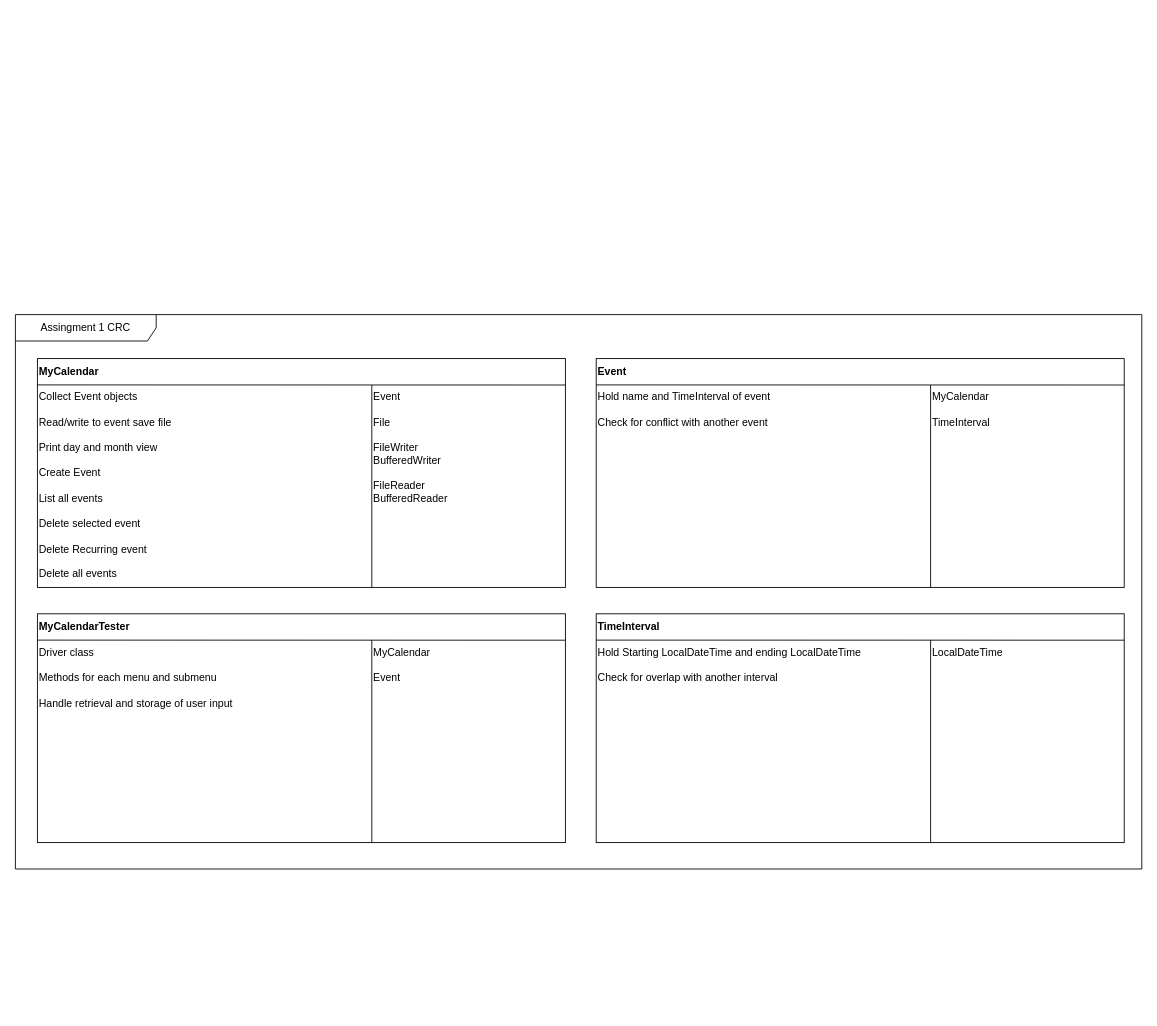
connor-petri/School keeps this draw.io diagram as obj_oriented_dsgn/programs/assignment1/docs/crc.drawio. Above is the earlier version. Source tidied: cells renumbered, new cells numbered last; positions are measured from the earlier drawing's top-left corner, leaving out a move shared by most shapes. Both pictures are drawn from the tidied source at 88%, with x=0, y=0 at pixel (15, 314).
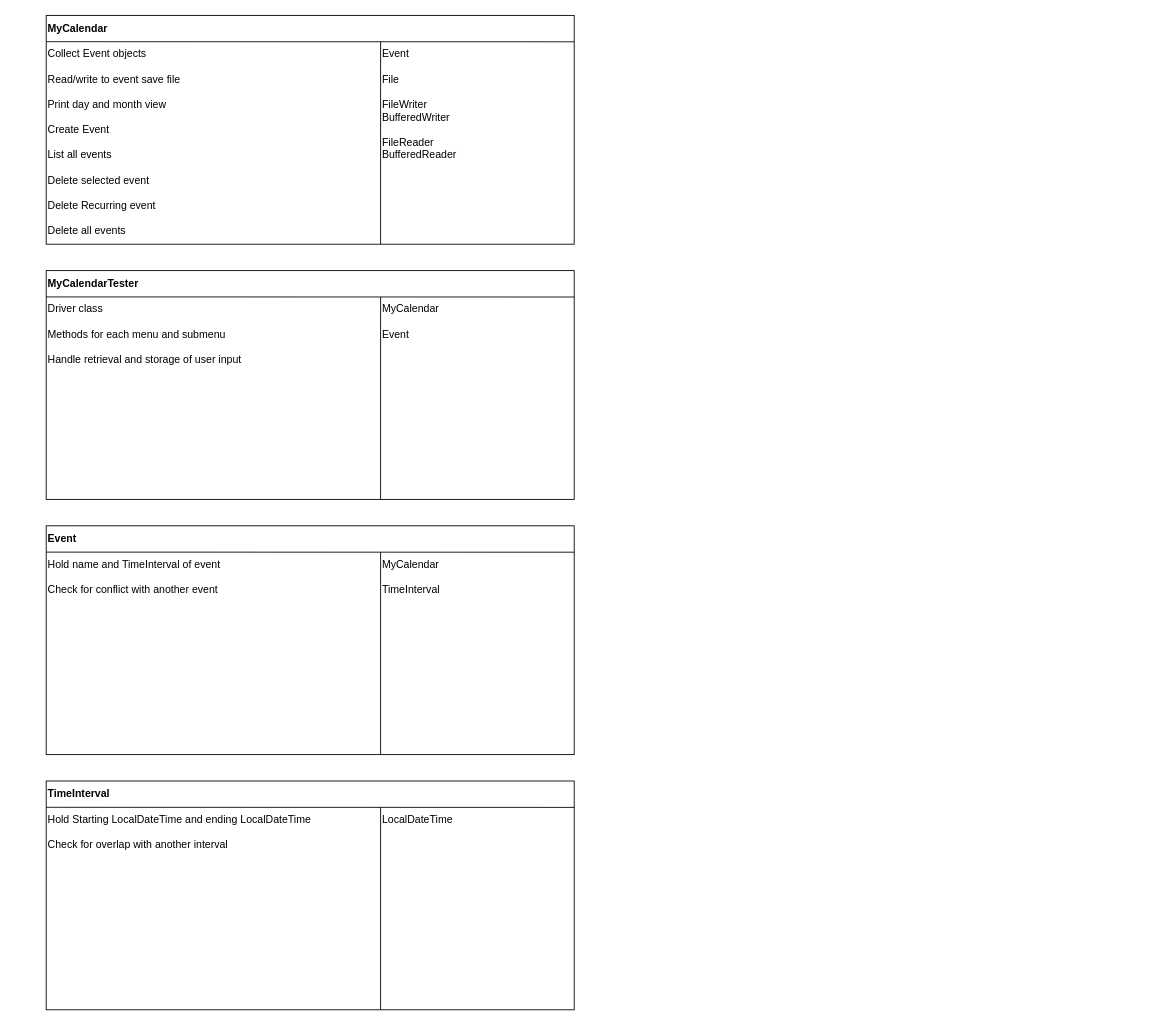
The same page after the edit.

Diff of the diagram source:
```diff
@@
     <mxCell id="2" style="rounded=0;whiteSpace=wrap;html=1;" parent="1" vertex="1">
-      <mxGeometry x="25" y="50" width="600" height="260" as="geometry" />
+      <mxGeometry x="35" y="-340" width="600" height="260" as="geometry" />
     </mxCell>
     <mxCell id="3" value="&lt;b&gt;MyCalendar&lt;/b&gt;" style="text;html=1;whiteSpace=wrap;strokeColor=none;fillColor=none;align=left;verticalAlign=middle;rounded=0;" parent="1" vertex="1">
-      <mxGeometry x="25" y="50" width="295" height="30" as="geometry" />
+      <mxGeometry x="35" y="-340" width="295" height="30" as="geometry" />
     </mxCell>
     <mxCell id="4" value="Collect Event objects&lt;div&gt;&lt;br&gt;&lt;/div&gt;&lt;div&gt;Read/write to event save file&lt;/div&gt;&lt;div&gt;&lt;br&gt;&lt;/div&gt;&lt;div&gt;Print day and month view&lt;/div&gt;&lt;div&gt;&lt;br&gt;&lt;/div&gt;&lt;div&gt;Create Event&lt;/div&gt;&lt;div&gt;&lt;br&gt;&lt;/div&gt;&lt;div&gt;List all events&lt;/div&gt;&lt;div&gt;&lt;br&gt;&lt;/div&gt;&lt;div&gt;Delete selected event&lt;/div&gt;&lt;div&gt;&lt;br&gt;&lt;/div&gt;&lt;div&gt;Delete Recurring event&lt;/div&gt;&lt;div&gt;&lt;br&gt;&lt;/div&gt;&lt;div&gt;Delete all events&lt;/div&gt;" style="text;html=1;whiteSpace=wrap;strokeColor=none;fillColor=none;align=left;verticalAlign=top;rounded=0;" parent="1" vertex="1">
-      <mxGeometry x="25" y="80" width="380" height="230" as="geometry" />
+      <mxGeometry x="35" y="-310" width="380" height="230" as="geometry" />
     </mxCell>
     <mxCell id="5" value="Event&lt;div&gt;&lt;br&gt;&lt;div&gt;File&lt;/div&gt;&lt;div&gt;&lt;br&gt;&lt;/div&gt;&lt;div&gt;FileWriter&lt;/div&gt;&lt;div&gt;BufferedWriter&lt;/div&gt;&lt;div&gt;&lt;br&gt;&lt;/div&gt;&lt;div&gt;FileReader&lt;/div&gt;&lt;div&gt;BufferedReader&lt;/div&gt;&lt;/div&gt;" style="text;html=1;whiteSpace=wrap;strokeColor=none;fillColor=none;align=left;verticalAlign=top;rounded=0;" parent="1" vertex="1">
-      <mxGeometry x="405" y="80" width="220" height="230" as="geometry" />
+      <mxGeometry x="415" y="-310" width="220" height="230" as="geometry" />
     </mxCell>
     <mxCell id="6" style="endArrow=none;html=1;rounded=0;" parent="1" edge="1">
       <mxGeometry relative="1" as="geometry">
-        <mxPoint x="25" y="79.9" as="sourcePoint" />
-        <mxPoint x="625" y="80" as="targetPoint" />
+        <mxPoint x="35" y="-310.1" as="sourcePoint" />
+        <mxPoint x="635" y="-310" as="targetPoint" />
       </mxGeometry>
     </mxCell>
     <mxCell id="7" style="endArrow=none;html=1;rounded=0;exitX=0.7;exitY=1;exitDx=0;exitDy=0;exitPerimeter=0;" parent="1" edge="1">
       <mxGeometry relative="1" as="geometry">
-        <mxPoint x="405" y="310" as="sourcePoint" />
-        <mxPoint x="405" y="80" as="targetPoint" />
+        <mxPoint x="415" y="-80" as="sourcePoint" />
+        <mxPoint x="415" y="-310" as="targetPoint" />
       </mxGeometry>
     </mxCell>
+    <mxCell id="20" style="rounded=0;whiteSpace=wrap;html=1;" parent="1" vertex="1">
+      <mxGeometry x="35" y="-50" width="600" height="260" as="geometry" />
+    </mxCell>
+    <mxCell id="21" value="&lt;b&gt;MyCalendarTester&lt;/b&gt;" style="text;html=1;whiteSpace=wrap;strokeColor=none;fillColor=none;align=left;verticalAlign=middle;rounded=0;" parent="1" vertex="1">
+      <mxGeometry x="35" y="-50" width="295" height="30" as="geometry" />
+    </mxCell>
+    <mxCell id="22" value="Driver class&lt;div&gt;&lt;br&gt;&lt;/div&gt;&lt;div&gt;Methods for each menu and submenu&lt;/div&gt;&lt;div&gt;&lt;br&gt;&lt;/div&gt;&lt;div&gt;Handle retrieval and storage of user input&lt;/div&gt;&lt;div&gt;&lt;br&gt;&lt;/div&gt;&lt;div&gt;&lt;br&gt;&lt;/div&gt;" style="text;html=1;whiteSpace=wrap;strokeColor=none;fillColor=none;align=left;verticalAlign=top;rounded=0;" parent="1" vertex="1">
+      <mxGeometry x="35" y="-20" width="380" height="230" as="geometry" />
+    </mxCell>
+    <mxCell id="23" value="MyCalendar&lt;div&gt;&lt;br&gt;&lt;/div&gt;&lt;div&gt;Event&lt;/div&gt;" style="text;html=1;whiteSpace=wrap;strokeColor=none;fillColor=none;align=left;verticalAlign=top;rounded=0;" parent="1" vertex="1">
+      <mxGeometry x="415" y="-20" width="220" height="230" as="geometry" />
+    </mxCell>
+    <mxCell id="24" style="endArrow=none;html=1;rounded=0;" parent="1" edge="1">
+      <mxGeometry relative="1" as="geometry">
+        <mxPoint x="35" y="-20.1" as="sourcePoint" />
+        <mxPoint x="635" y="-20" as="targetPoint" />
+      </mxGeometry>
+    </mxCell>
+    <mxCell id="25" style="endArrow=none;html=1;rounded=0;exitX=0.7;exitY=1;exitDx=0;exitDy=0;exitPerimeter=0;" parent="1" edge="1">
+      <mxGeometry relative="1" as="geometry">
+        <mxPoint x="415" y="210" as="sourcePoint" />
+        <mxPoint x="415" y="-20" as="targetPoint" />
+      </mxGeometry>
+    </mxCell>
     <mxCell id="8" style="rounded=0;whiteSpace=wrap;html=1;" parent="1" vertex="1">
-      <mxGeometry x="660" y="50" width="600" height="260" as="geometry" />
+      <mxGeometry x="35" y="240" width="600" height="260" as="geometry" />
     </mxCell>
     <mxCell id="9" value="&lt;b&gt;Event&lt;/b&gt;" style="text;html=1;whiteSpace=wrap;strokeColor=none;fillColor=none;align=left;verticalAlign=middle;rounded=0;" parent="1" vertex="1">
-      <mxGeometry x="660" y="50" width="295" height="30" as="geometry" />
+      <mxGeometry x="35" y="240" width="295" height="30" as="geometry" />
     </mxCell>
     <mxCell id="10" value="Hold name and TimeInterval of event&lt;div&gt;&lt;br&gt;&lt;/div&gt;&lt;div&gt;Check for conflict with another event&lt;/div&gt;" style="text;html=1;whiteSpace=wrap;strokeColor=none;fillColor=none;align=left;verticalAlign=top;rounded=0;" parent="1" vertex="1">
-      <mxGeometry x="660" y="80" width="380" height="230" as="geometry" />
+      <mxGeometry x="35" y="270" width="380" height="230" as="geometry" />
     </mxCell>
     <mxCell id="11" value="MyCalendar&lt;div&gt;&lt;br&gt;&lt;/div&gt;&lt;div&gt;TimeInterval&lt;/div&gt;" style="text;html=1;whiteSpace=wrap;strokeColor=none;fillColor=none;align=left;verticalAlign=top;rounded=0;" parent="1" vertex="1">
-      <mxGeometry x="1040" y="80" width="220" height="230" as="geometry" />
+      <mxGeometry x="415" y="270" width="220" height="230" as="geometry" />
     </mxCell>
     <mxCell id="12" style="endArrow=none;html=1;rounded=0;" parent="1" edge="1">
       <mxGeometry relative="1" as="geometry">
-        <mxPoint x="660" y="79.9" as="sourcePoint" />
-        <mxPoint x="1260" y="80" as="targetPoint" />
+        <mxPoint x="35" y="269.9" as="sourcePoint" />
+        <mxPoint x="635" y="270" as="targetPoint" />
       </mxGeometry>
     </mxCell>
     <mxCell id="13" style="endArrow=none;html=1;rounded=0;exitX=0.7;exitY=1;exitDx=0;exitDy=0;exitPerimeter=0;" parent="1" edge="1">
       <mxGeometry relative="1" as="geometry">
-        <mxPoint x="1040" y="310" as="sourcePoint" />
-        <mxPoint x="1040" y="80" as="targetPoint" />
+        <mxPoint x="415" y="500" as="sourcePoint" />
+        <mxPoint x="415" y="270" as="targetPoint" />
       </mxGeometry>
     </mxCell>
     <mxCell id="14" style="rounded=0;whiteSpace=wrap;html=1;" parent="1" vertex="1">
-      <mxGeometry x="660" y="340" width="600" height="260" as="geometry" />
+      <mxGeometry x="35" y="530" width="600" height="260" as="geometry" />
     </mxCell>
     <mxCell id="15" value="&lt;b&gt;TimeInterval&lt;/b&gt;" style="text;html=1;whiteSpace=wrap;strokeColor=none;fillColor=none;align=left;verticalAlign=middle;rounded=0;" parent="1" vertex="1">
-      <mxGeometry x="660" y="340" width="295" height="30" as="geometry" />
+      <mxGeometry x="35" y="530" width="295" height="30" as="geometry" />
     </mxCell>
     <mxCell id="16" value="Hold Starting LocalDateTime and ending LocalDateTime&lt;div&gt;&lt;br&gt;&lt;/div&gt;&lt;div&gt;Check for overlap with another interval&lt;/div&gt;" style="text;html=1;whiteSpace=wrap;strokeColor=none;fillColor=none;align=left;verticalAlign=top;rounded=0;" parent="1" vertex="1">
-      <mxGeometry x="660" y="370" width="380" height="230" as="geometry" />
+      <mxGeometry x="35" y="560" width="380" height="230" as="geometry" />
     </mxCell>
     <mxCell id="17" value="LocalDateTime" style="text;html=1;whiteSpace=wrap;strokeColor=none;fillColor=none;align=left;verticalAlign=top;rounded=0;" parent="1" vertex="1">
-      <mxGeometry x="1040" y="370" width="220" height="230" as="geometry" />
+      <mxGeometry x="415" y="560" width="220" height="230" as="geometry" />
     </mxCell>
     <mxCell id="18" style="endArrow=none;html=1;rounded=0;" parent="1" edge="1">
       <mxGeometry relative="1" as="geometry">
-        <mxPoint x="660" y="369.9" as="sourcePoint" />
-        <mxPoint x="1260" y="370" as="targetPoint" />
+        <mxPoint x="35" y="559.9" as="sourcePoint" />
+        <mxPoint x="635" y="560" as="targetPoint" />
       </mxGeometry>
     </mxCell>
     <mxCell id="19" style="endArrow=none;html=1;rounded=0;exitX=0.7;exitY=1;exitDx=0;exitDy=0;exitPerimeter=0;" parent="1" edge="1">
       <mxGeometry relative="1" as="geometry">
-        <mxPoint x="1040" y="600" as="sourcePoint" />
-        <mxPoint x="1040" y="370" as="targetPoint" />
+        <mxPoint x="415" y="790" as="sourcePoint" />
+        <mxPoint x="415" y="560" as="targetPoint" />
       </mxGeometry>
     </mxCell>
-    <mxCell id="20" style="rounded=0;whiteSpace=wrap;html=1;" parent="1" vertex="1">
-      <mxGeometry x="25" y="340" width="600" height="260" as="geometry" />
-    </mxCell>
-    <mxCell id="21" value="&lt;b&gt;MyCalendarTester&lt;/b&gt;" style="text;html=1;whiteSpace=wrap;strokeColor=none;fillColor=none;align=left;verticalAlign=middle;rounded=0;" parent="1" vertex="1">
-      <mxGeometry x="25" y="340" width="295" height="30" as="geometry" />
-    </mxCell>
-    <mxCell id="22" value="Driver class&lt;div&gt;&lt;br&gt;&lt;/div&gt;&lt;div&gt;Methods for each menu and submenu&lt;/div&gt;&lt;div&gt;&lt;br&gt;&lt;/div&gt;&lt;div&gt;Handle retrieval and storage of user input&lt;/div&gt;&lt;div&gt;&lt;br&gt;&lt;/div&gt;&lt;div&gt;&lt;br&gt;&lt;/div&gt;" style="text;html=1;whiteSpace=wrap;strokeColor=none;fillColor=none;align=left;verticalAlign=top;rounded=0;" parent="1" vertex="1">
-      <mxGeometry x="25" y="370" width="380" height="230" as="geometry" />
-    </mxCell>
-    <mxCell id="23" value="MyCalendar&lt;div&gt;&lt;br&gt;&lt;/div&gt;&lt;div&gt;Event&lt;/div&gt;" style="text;html=1;whiteSpace=wrap;strokeColor=none;fillColor=none;align=left;verticalAlign=top;rounded=0;" parent="1" vertex="1">
-      <mxGeometry x="405" y="370" width="220" height="230" as="geometry" />
-    </mxCell>
-    <mxCell id="24" style="endArrow=none;html=1;rounded=0;" parent="1" edge="1">
-      <mxGeometry relative="1" as="geometry">
-        <mxPoint x="25" y="369.9" as="sourcePoint" />
-        <mxPoint x="625" y="370" as="targetPoint" />
-      </mxGeometry>
-    </mxCell>
-    <mxCell id="25" style="endArrow=none;html=1;rounded=0;exitX=0.7;exitY=1;exitDx=0;exitDy=0;exitPerimeter=0;" parent="1" edge="1">
-      <mxGeometry relative="1" as="geometry">
-        <mxPoint x="405" y="600" as="sourcePoint" />
-        <mxPoint x="405" y="370" as="targetPoint" />
-      </mxGeometry>
-    </mxCell>
-    <mxCell id="26" value="Assingment 1 CRC" style="shape=umlFrame;whiteSpace=wrap;html=1;width=160;" parent="1" vertex="1">
-      <mxGeometry width="1280" height="630" as="geometry" />
-    </mxCell>
```
